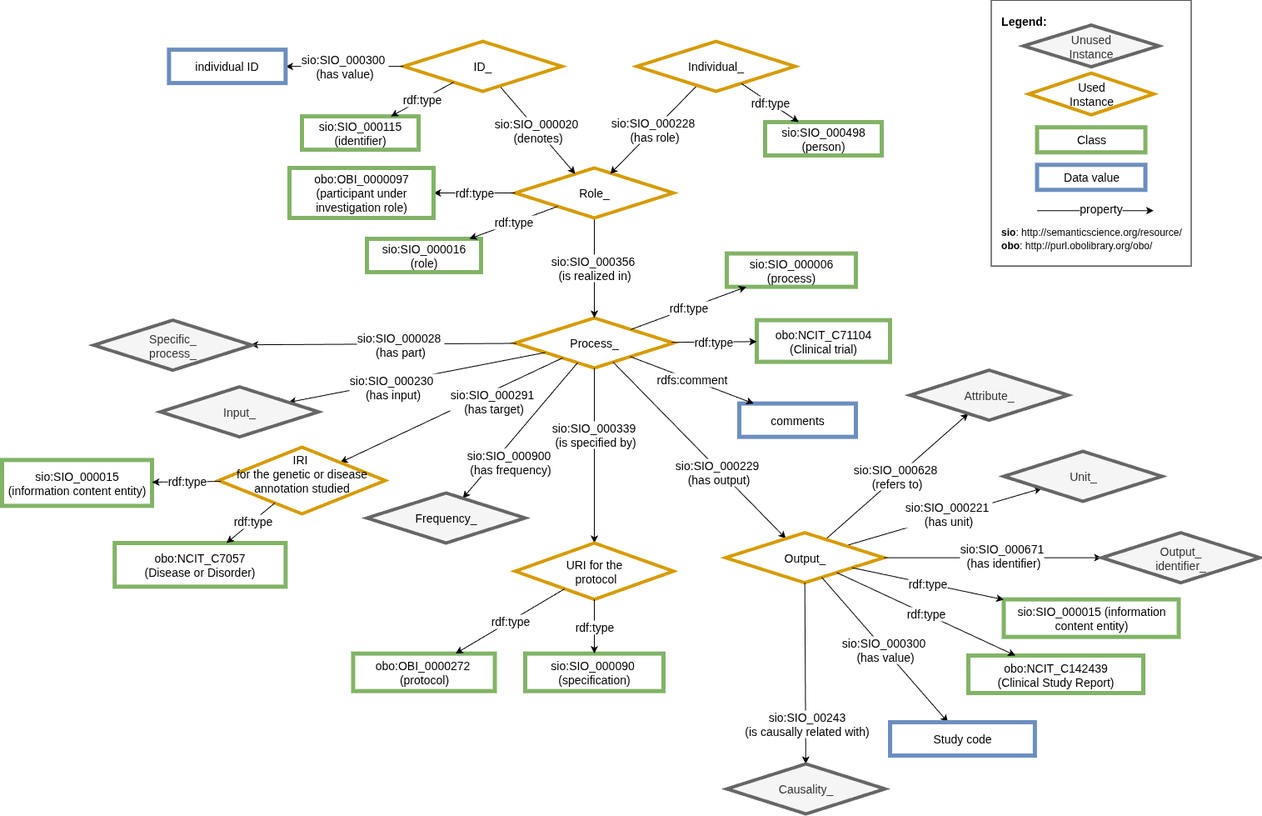
The draw.io diagram images/obo/CARE-SM-obo-Clinical_trial.drawio.png in CARE-SM/CARE-Semantic-Model, before a commit. Source tidied: cells renumbered, new cells last; positions are measured from the earlier drawing's top-left corner, leaving out a move shared by most shapes.
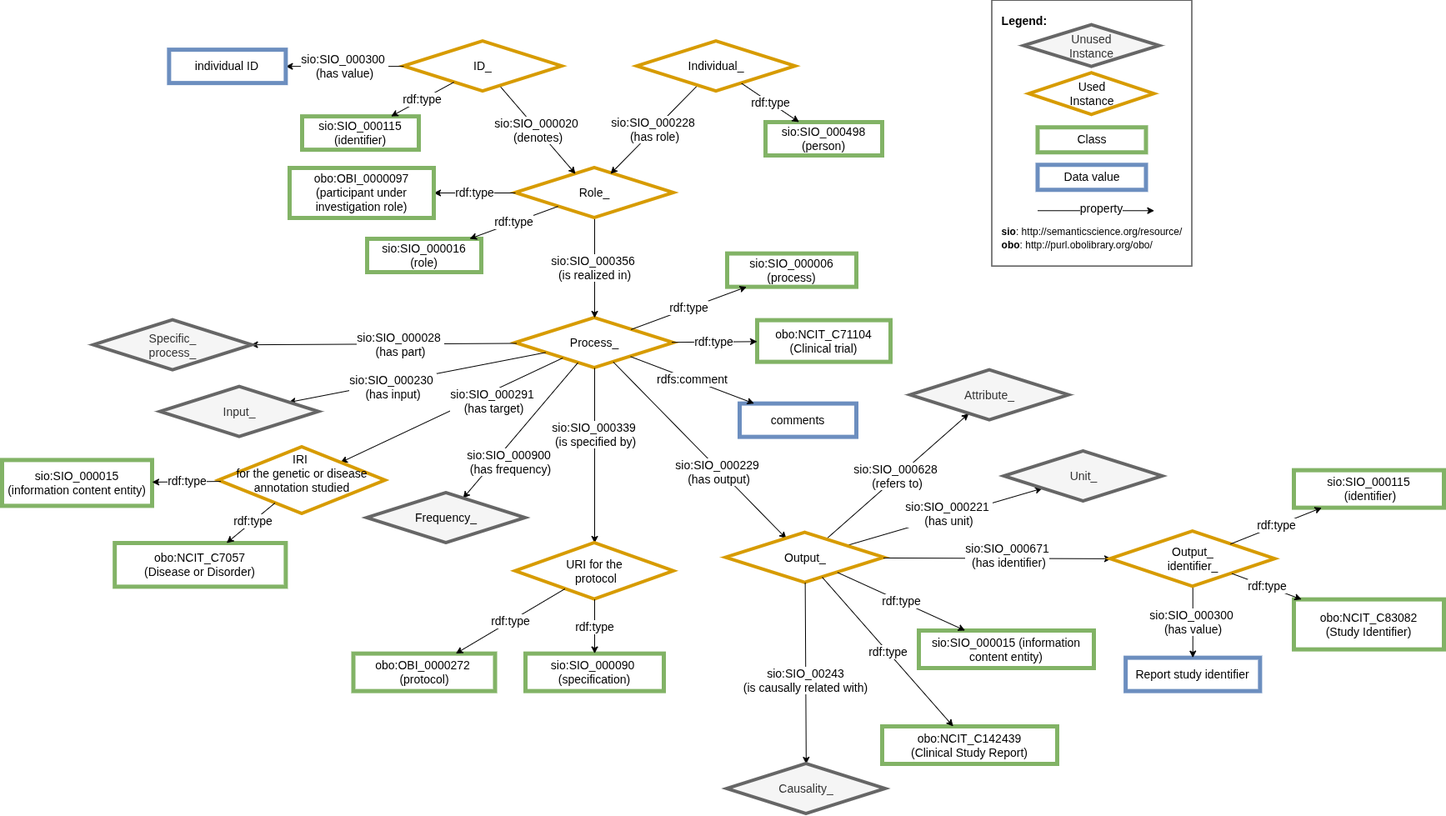
The same file after the commit.

Commit message:
Output identifier added

Change to the diagram source:
```diff
@@ -95,20 +95,14 @@
       <mxGeometry x="868.5" y="638.6" width="190" height="60" as="geometry" />
     </mxCell>
     <mxCell id="30" value="&lt;font style=&quot;font-size: 14px;&quot;&gt;sio:SIO_000015 (information content entity)&lt;/font&gt;" style="whiteSpace=wrap;html=1;fillColor=#FFFFFF;strokeColor=#82b366;strokeWidth=5;fontSize=14;" parent="1" vertex="1">
-      <mxGeometry x="1202.5" y="718.6" width="210" height="45" as="geometry" />
+      <mxGeometry x="1100" y="756" width="210" height="45" as="geometry" />
     </mxCell>
     <mxCell id="31" value="obo:NCIT_C142439&lt;div&gt;(&lt;span style=&quot;background-color: transparent;&quot;&gt;Clinical Study Report&lt;/span&gt;&lt;span style=&quot;background-color: transparent; color: light-dark(rgb(0, 0, 0), rgb(255, 255, 255));&quot;&gt;)&lt;/span&gt;&lt;/div&gt;" style="whiteSpace=wrap;html=1;fillColor=#FFFFFF;strokeColor=#82b366;strokeWidth=5;fontSize=14;" parent="1" vertex="1">
-      <mxGeometry x="1160" y="786" width="210" height="45" as="geometry" />
+      <mxGeometry x="1056" y="871" width="210" height="45" as="geometry" />
     </mxCell>
     <mxCell id="32" value="rdf:type" style="edgeStyle=none;rounded=0;jettySize=auto;html=1;fontSize=14;" parent="1" edge="1" source="29" target="30">
       <mxGeometry relative="1" as="geometry" />
     </mxCell>
-    <mxCell id="33" value="sio:SIO_000300&amp;nbsp;&lt;div&gt;(has value)&lt;/div&gt;" style="rounded=0;jettySize=auto;html=1;fontSize=14;" parent="1" edge="1" source="29" target="34">
-      <mxGeometry relative="1" as="geometry" />
-    </mxCell>
-    <mxCell id="34" value="Study code" style="whiteSpace=wrap;html=1;fillColor=#FFFFFF;strokeColor=#6c8ebf;strokeWidth=5;fontSize=14;" parent="1" vertex="1">
-      <mxGeometry x="1066" y="866" width="173.9" height="40" as="geometry" />
-    </mxCell>
     <mxCell id="35" style="edgeStyle=none;rounded=0;jettySize=auto;html=1;strokeWidth=1;fontSize=14;" parent="1" edge="1" source="3" target="57">
       <mxGeometry relative="1" as="geometry" />
     </mxCell>
@@ -145,7 +139,7 @@
     </mxCell>
     <mxCell id="45" value="sio:SIO_00243&lt;div&gt;(is causally related with)&lt;/div&gt;" style="edgeLabel;html=1;align=center;verticalAlign=middle;fontSize=14;" parent="44" vertex="1">
       <mxGeometry x="-0.21" y="-1" relative="1" as="geometry">
-        <mxPoint x="2" y="83" as="offset" />
+        <mxPoint y="31" as="offset" />
       </mxGeometry>
     </mxCell>
     <mxCell id="46" value="Causality_" style="rhombus;whiteSpace=wrap;html=1;fillColor=#f5f5f5;strokeColor=#666666;perimeter=rhombusPerimeter;arcSize=20;comic=0;enumerate=0;strokeWidth=4;rounded=0;fontSize=14;fontColor=#333333;" parent="1" vertex="1">
@@ -203,9 +197,6 @@
     <mxCell id="62" value="sio:SIO_000671&lt;div&gt;&amp;nbsp;(has identifier)&lt;/div&gt;" style="rounded=0;jettySize=auto;html=1;fontSize=14;" parent="1" edge="1" source="29" target="63">
       <mxGeometry x="0.08" y="3" relative="1" as="geometry" />
     </mxCell>
-    <mxCell id="63" value="Output_&lt;div&gt;identifier_&lt;/div&gt;" style="rhombus;whiteSpace=wrap;html=1;fillColor=#f5f5f5;strokeColor=#666666;perimeter=rhombusPerimeter;arcSize=20;comic=0;enumerate=0;strokeWidth=4;rounded=0;fontSize=14;fontColor=#333333;" parent="1" vertex="1">
-      <mxGeometry x="1320" y="638.6" width="190" height="60" as="geometry" />
-    </mxCell>
     <mxCell id="64" value="rdf:type" style="edgeStyle=none;rounded=0;jettySize=auto;html=1;fontSize=14;" parent="1" edge="1" source="29" target="31">
       <mxGeometry relative="1" as="geometry" />
     </mxCell>
@@ -230,5 +221,26 @@
     <mxCell id="70" value="Unused&lt;div&gt;Instance&lt;/div&gt;" style="rhombus;whiteSpace=wrap;html=1;fillColor=#f5f5f5;strokeColor=#666666;perimeter=rhombusPerimeter;arcSize=20;comic=0;enumerate=0;strokeWidth=4;rounded=0;fontSize=14;fontColor=#333333;" parent="1" vertex="1">
       <mxGeometry x="1226.2" y="29.6" width="162.5" height="50" as="geometry" />
     </mxCell>
+    <mxCell id="71" value="Report study identifier" style="whiteSpace=wrap;html=1;fillColor=#FFFFFF;strokeColor=#6c8ebf;strokeWidth=5;fontSize=14;" parent="1" vertex="1">
+      <mxGeometry x="1348.1" y="788.6" width="161.2" height="40" as="geometry" />
+    </mxCell>
+    <mxCell id="33" value="sio:SIO_000300&amp;nbsp;&lt;div&gt;(has value)&lt;/div&gt;" style="rounded=0;jettySize=auto;html=1;fontSize=14;" parent="1" edge="1" source="63" target="71">
+      <mxGeometry relative="1" as="geometry" />
+    </mxCell>
+    <mxCell id="63" value="&lt;div&gt;Output_&lt;/div&gt;&lt;div&gt;identifier_&lt;/div&gt;" style="rhombus;whiteSpace=wrap;html=1;fillColor=#FFFFFF;strokeColor=#D79B00;perimeter=rhombusPerimeter;arcSize=20;comic=0;enumerate=0;strokeWidth=4;rounded=0;fontSize=14;" parent="1" vertex="1">
+      <mxGeometry x="1330" y="637.1" width="197.5" height="66.2" as="geometry" />
+    </mxCell>
+    <mxCell id="72" value="sio:SIO_000115&lt;div&gt;&amp;nbsp;(identifier)&lt;/div&gt;" style="whiteSpace=wrap;html=1;fillColor=#FFFFFF;strokeColor=#82b366;strokeWidth=5;fontSize=14;" parent="1" vertex="1">
+      <mxGeometry x="1550" y="563.6" width="180" height="45" as="geometry" />
+    </mxCell>
+    <mxCell id="73" value="obo:NCIT_C83082&lt;br&gt;(&lt;span style=&quot;background-color: transparent;&quot;&gt;Study Identifier&lt;/span&gt;)" style="whiteSpace=wrap;html=1;fillColor=#FFFFFF;strokeColor=#82b366;strokeWidth=5;fontSize=14;" parent="1" vertex="1">
+      <mxGeometry x="1550" y="718.6" width="180" height="60" as="geometry" />
+    </mxCell>
+    <mxCell id="74" value="rdf:type" style="edgeStyle=none;rounded=0;jettySize=auto;html=1;fontSize=14;" parent="1" edge="1" source="63" target="73">
+      <mxGeometry relative="1" as="geometry" />
+    </mxCell>
+    <mxCell id="75" value="rdf:type" style="edgeStyle=none;rounded=0;jettySize=auto;html=1;fontSize=14;" parent="1" edge="1" source="63" target="72">
+      <mxGeometry relative="1" as="geometry" />
+    </mxCell>
   </root>
 </mxGraphModel>
```
